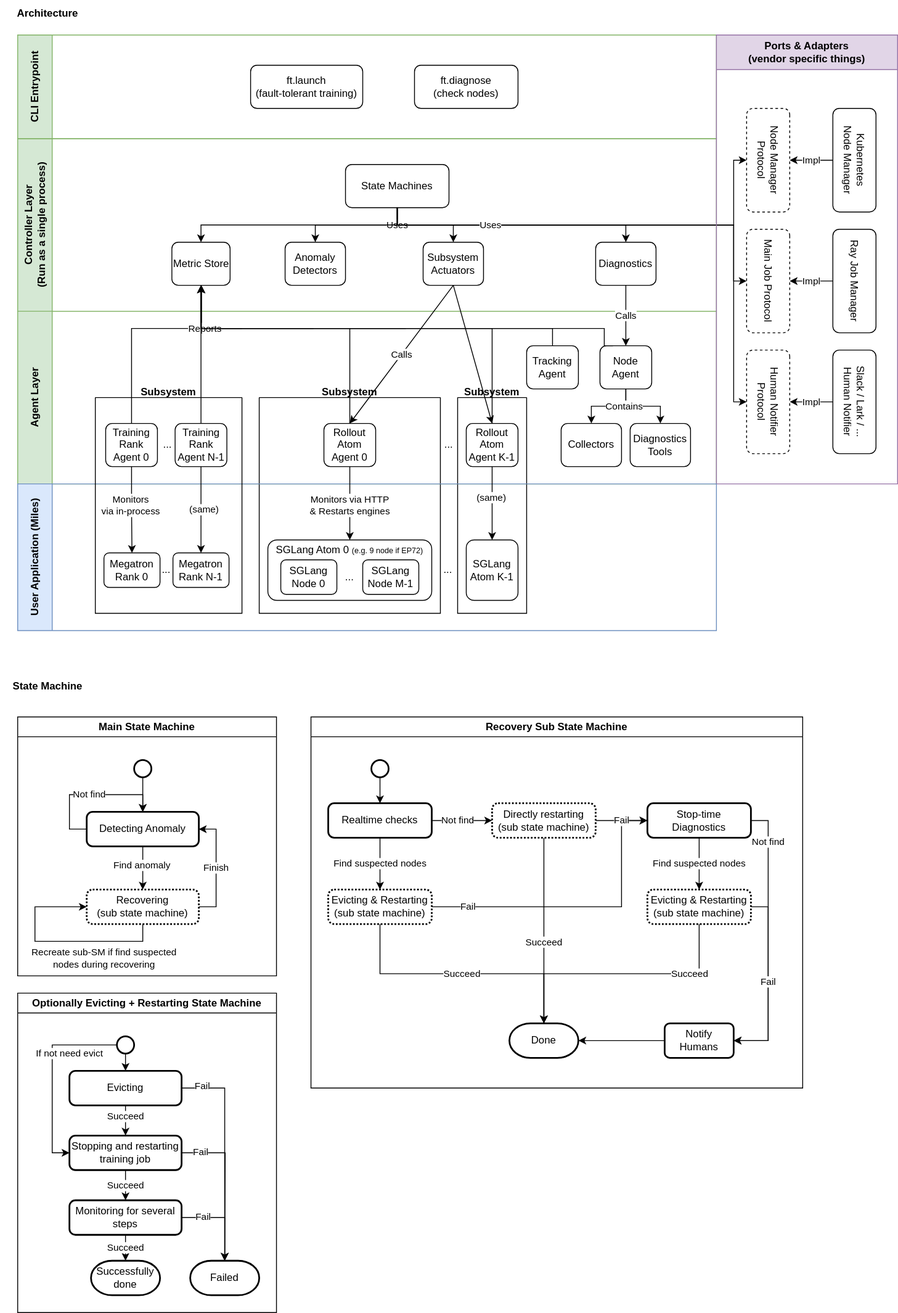
Above: miles/utils/ft/ft_arch.svg in radixark/miles (draw.io), before the change. Source tidied: cells renumbered, new cells last; positions are measured from the earlier drawing's top-left corner, leaving out a move shared by most shapes.
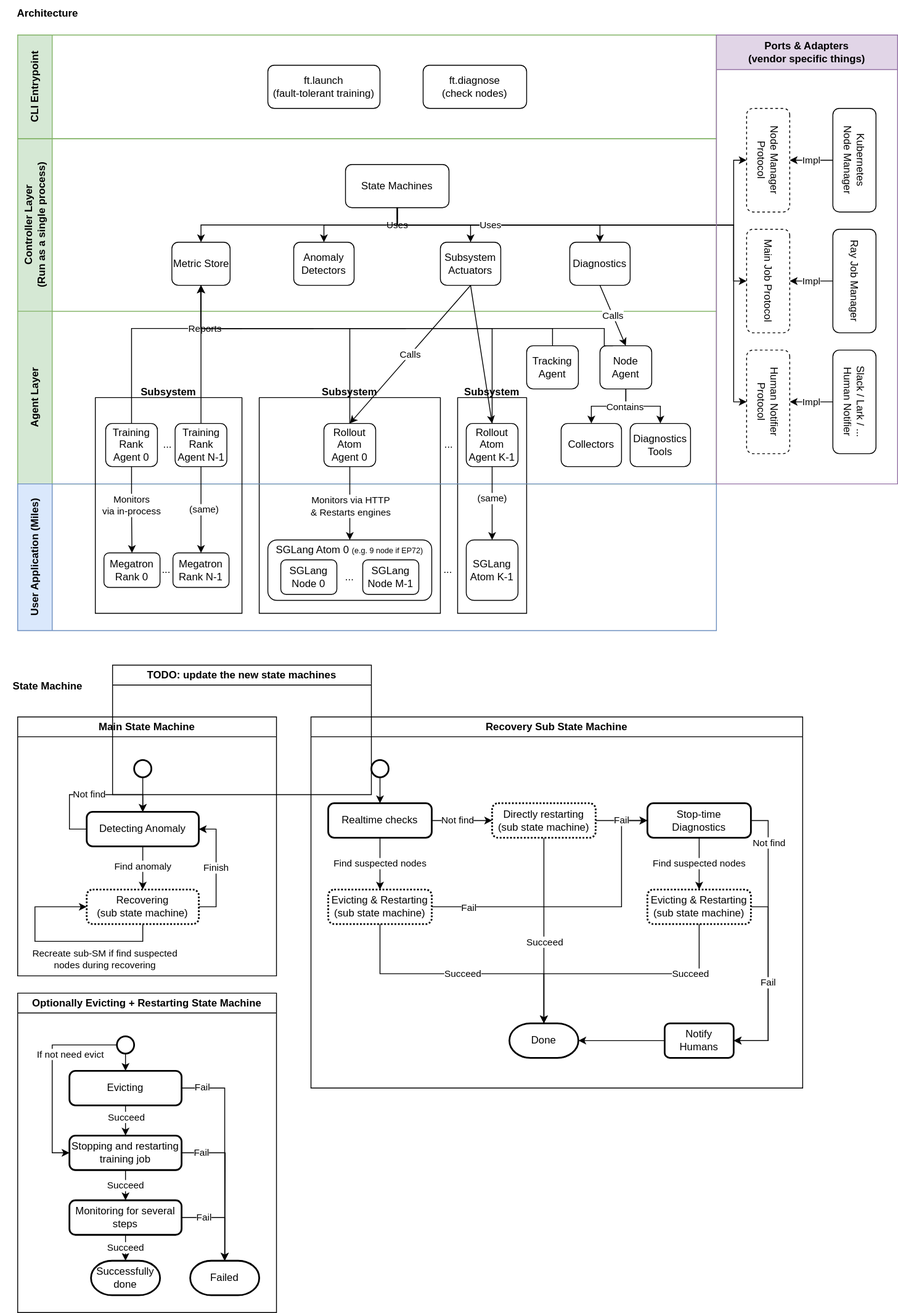
After the change.

Change to the diagram source:
```diff
@@ -15,10 +15,10 @@
       <mxGeometry x="178.8" y="120" width="67.5" height="50" as="geometry" />
     </mxCell>
     <mxCell id="6" value="Diagnostics" style="rounded=1;whiteSpace=wrap;html=1;" parent="4" vertex="1">
-      <mxGeometry x="670" y="120" width="70" height="50" as="geometry" />
+      <mxGeometry x="640" y="120" width="70" height="50" as="geometry" />
     </mxCell>
     <mxCell id="7" value="Anomaly Detectors" style="rounded=1;whiteSpace=wrap;html=1;" parent="4" vertex="1">
-      <mxGeometry x="310" y="120" width="70" height="50" as="geometry" />
+      <mxGeometry x="320" y="120" width="70" height="50" as="geometry" />
     </mxCell>
     <mxCell id="8" value="Uses" style="rounded=0;jettySize=auto;html=1;entryX=0.5;entryY=0;entryDx=0;entryDy=0;exitX=0.5;exitY=1;exitDx=0;exitDy=0;edgeStyle=orthogonalEdgeStyle;" parent="4" edge="1" source="12" target="5">
       <mxGeometry x="-0.85" relative="1" as="geometry" />
@@ -36,7 +36,7 @@
       <mxGeometry x="380" y="30" width="120" height="50" as="geometry" />
     </mxCell>
     <mxCell id="13" value="Subsystem Actuators" style="rounded=1;whiteSpace=wrap;html=1;" parent="4" vertex="1">
-      <mxGeometry x="470" y="120" width="70" height="50" as="geometry" />
+      <mxGeometry x="490" y="120" width="70" height="50" as="geometry" />
     </mxCell>
     <mxCell id="14" value="Agent Layer" style="swimlane;horizontal=0;whiteSpace=wrap;html=1;startSize=40;fillColor=#d5e8d4;strokeColor=#82b366;" parent="1" vertex="1">
       <mxGeometry x="20" y="360" width="810" height="200" as="geometry" />
@@ -341,10 +341,10 @@
       <mxGeometry x="20" y="40" width="810" height="120" as="geometry" />
     </mxCell>
     <mxCell id="92" value="ft.launch&lt;br&gt;(fault-tolerant training)" style="rounded=1;whiteSpace=wrap;html=1;" parent="91" vertex="1">
-      <mxGeometry x="270" y="35" width="130" height="50" as="geometry" />
+      <mxGeometry x="290" y="35" width="130" height="50" as="geometry" />
     </mxCell>
     <mxCell id="93" value="ft.diagnose&lt;br&gt;(check nodes)" style="rounded=1;whiteSpace=wrap;html=1;" parent="91" vertex="1">
-      <mxGeometry x="460" y="35" width="120" height="50" as="geometry" />
+      <mxGeometry x="470" y="35" width="120" height="50" as="geometry" />
     </mxCell>
     <mxCell id="94" value="Ports &amp;amp; Adapters&lt;br&gt;(vendor specific things)" style="swimlane;whiteSpace=wrap;html=1;startSize=40;fillColor=#e1d5e7;strokeColor=#9673a6;" parent="1" vertex="1">
       <mxGeometry x="830" y="40" width="210" height="520" as="geometry" />
@@ -477,5 +477,8 @@
         </Array>
       </mxGeometry>
     </mxCell>
+    <mxCell id="130" value="TODO: update the new state machines" style="swimlane;whiteSpace=wrap;html=1;" parent="1" vertex="1">
+      <mxGeometry x="130" y="770" width="300" height="150" as="geometry" />
+    </mxCell>
   </root>
 </mxGraphModel>
```
